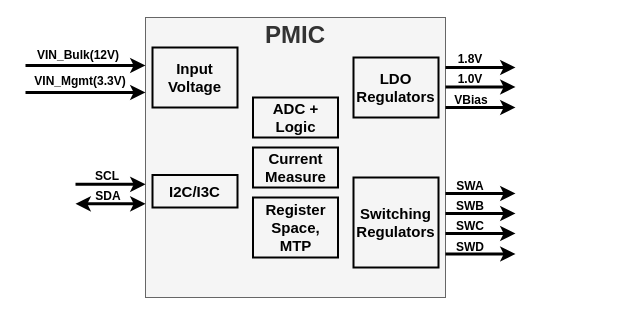
This is docs/images/dimm/pmic.drawio from shingaridavesh/memoryandarchitecture, a draw.io file, before an edit. Source tidied: cells renumbered, new cells numbered last; positions are measured from the earlier drawing's top-left corner, leaving out a move shared by most shapes. Both pictures are drawn from the tidied source at 100%, with x=0, y=0 at pixel (25, 17).
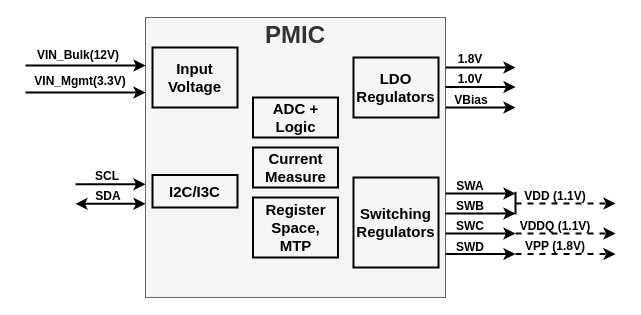
Above is the later version.

Change to the diagram source:
```diff
@@
-    <mxCell id="5" style="endArrow=classic;html=1;rounded=0;strokeWidth=3;" parent="1" edge="1">
+    <mxCell id="5" style="endArrow=classic;html=1;rounded=0;strokeWidth=2;" parent="1" edge="1">
       <mxGeometry relative="1" as="geometry">
         <mxPoint x="420" y="50" as="sourcePoint" />
         <mxPoint x="490" y="50" as="targetPoint" />
       </mxGeometry>
     </mxCell>
-    <mxCell id="6" style="endArrow=classic;html=1;rounded=0;strokeWidth=3;" parent="1" edge="1">
+    <mxCell id="6" style="endArrow=classic;html=1;rounded=0;strokeWidth=2;" parent="1" edge="1">
       <mxGeometry relative="1" as="geometry">
         <mxPoint x="420" y="69.5" as="sourcePoint" />
         <mxPoint x="490" y="69.5" as="targetPoint" />
       </mxGeometry>
     </mxCell>
-    <mxCell id="7" style="endArrow=classic;html=1;rounded=0;strokeWidth=3;" parent="1" edge="1">
+    <mxCell id="7" style="endArrow=classic;html=1;rounded=0;strokeWidth=2;" parent="1" edge="1">
       <mxGeometry relative="1" as="geometry">
         <mxPoint x="420" y="90" as="sourcePoint" />
         <mxPoint x="490" y="90" as="targetPoint" />
       </mxGeometry>
     </mxCell>
-    <mxCell id="8" style="endArrow=classic;html=1;rounded=0;strokeWidth=3;" parent="1" edge="1">
+    <mxCell id="8" style="endArrow=classic;html=1;rounded=0;strokeWidth=2;" parent="1" edge="1">
       <mxGeometry relative="1" as="geometry">
         <mxPoint x="420" y="176" as="sourcePoint" />
         <mxPoint x="490" y="176" as="targetPoint" />
       </mxGeometry>
     </mxCell>
-    <mxCell id="9" style="endArrow=classic;html=1;rounded=0;strokeWidth=3;" parent="1" edge="1">
+    <mxCell id="9" style="endArrow=classic;html=1;rounded=0;strokeWidth=2;" parent="1" edge="1">
       <mxGeometry relative="1" as="geometry">
         <mxPoint x="420" y="196" as="sourcePoint" />
         <mxPoint x="490" y="196" as="targetPoint" />
       </mxGeometry>
     </mxCell>
-    <mxCell id="10" style="endArrow=classic;html=1;rounded=0;strokeWidth=3;" parent="1" edge="1">
+    <mxCell id="10" style="endArrow=classic;html=1;rounded=0;strokeWidth=2;" parent="1" edge="1">
       <mxGeometry relative="1" as="geometry">
         <mxPoint x="420" y="236.5" as="sourcePoint" />
         <mxPoint x="490" y="236.5" as="targetPoint" />
       </mxGeometry>
     </mxCell>
-    <mxCell id="11" style="endArrow=classic;html=1;rounded=0;strokeWidth=3;" parent="1" edge="1">
+    <mxCell id="11" style="endArrow=classic;html=1;rounded=0;strokeWidth=2;" parent="1" edge="1">
       <mxGeometry relative="1" as="geometry">
         <mxPoint x="420" y="216" as="sourcePoint" />
         <mxPoint x="490" y="216" as="targetPoint" />
       </mxGeometry>
     </mxCell>
-    <mxCell id="12" value="&lt;b&gt;SWA&lt;/b&gt;" style="text;html=1;align=center;verticalAlign=middle;whiteSpace=wrap;rounded=0;" parent="1" vertex="1">
+    <mxCell id="12" value="&lt;b&gt;SWA&lt;/b&gt;" style="text;html=1;align=center;verticalAlign=middle;whiteSpace=wrap;rounded=0;strokeWidth=2;" parent="1" vertex="1">
       <mxGeometry x="420" y="160" width="50" height="17.5" as="geometry" />
     </mxCell>
-    <mxCell id="13" value="&lt;b&gt;SWB&lt;/b&gt;" style="text;html=1;align=center;verticalAlign=middle;whiteSpace=wrap;rounded=0;" parent="1" vertex="1">
+    <mxCell id="13" value="&lt;b&gt;SWB&lt;/b&gt;" style="text;html=1;align=center;verticalAlign=middle;whiteSpace=wrap;rounded=0;strokeWidth=2;" parent="1" vertex="1">
       <mxGeometry x="420" y="180.5" width="50" height="17.5" as="geometry" />
     </mxCell>
-    <mxCell id="14" value="&lt;b&gt;SWC&lt;/b&gt;" style="text;html=1;align=center;verticalAlign=middle;whiteSpace=wrap;rounded=0;" parent="1" vertex="1">
+    <mxCell id="14" value="&lt;b&gt;SWC&lt;/b&gt;" style="text;html=1;align=center;verticalAlign=middle;whiteSpace=wrap;rounded=0;strokeWidth=2;" parent="1" vertex="1">
       <mxGeometry x="420" y="200" width="50" height="17.5" as="geometry" />
     </mxCell>
-    <mxCell id="15" value="&lt;b&gt;SWD&lt;/b&gt;" style="text;html=1;align=center;verticalAlign=middle;whiteSpace=wrap;rounded=0;" parent="1" vertex="1">
+    <mxCell id="15" value="&lt;b&gt;SWD&lt;/b&gt;" style="text;html=1;align=center;verticalAlign=middle;whiteSpace=wrap;rounded=0;strokeWidth=2;" parent="1" vertex="1">
       <mxGeometry x="420" y="220" width="50" height="19" as="geometry" />
     </mxCell>
-    <mxCell id="16" value="&lt;b&gt;1.8V&lt;/b&gt;" style="text;html=1;align=center;verticalAlign=middle;whiteSpace=wrap;rounded=0;" parent="1" vertex="1">
+    <mxCell id="16" value="&lt;b&gt;1.8V&lt;/b&gt;" style="text;html=1;align=center;verticalAlign=middle;whiteSpace=wrap;rounded=0;strokeWidth=2;" parent="1" vertex="1">
       <mxGeometry x="420" y="33" width="50" height="17.5" as="geometry" />
     </mxCell>
-    <mxCell id="17" value="&lt;b&gt;1.0V&lt;/b&gt;" style="text;html=1;align=center;verticalAlign=middle;whiteSpace=wrap;rounded=0;" parent="1" vertex="1">
+    <mxCell id="17" value="&lt;b&gt;1.0V&lt;/b&gt;" style="text;html=1;align=center;verticalAlign=middle;whiteSpace=wrap;rounded=0;strokeWidth=2;" parent="1" vertex="1">
       <mxGeometry x="420" y="53.5" width="50" height="17.5" as="geometry" />
     </mxCell>
-    <mxCell id="18" value="&lt;b&gt;VBias&lt;/b&gt;" style="text;html=1;align=center;verticalAlign=middle;whiteSpace=wrap;rounded=0;" parent="1" vertex="1">
+    <mxCell id="18" value="&lt;b&gt;VBias&lt;/b&gt;" style="text;html=1;align=center;verticalAlign=middle;whiteSpace=wrap;rounded=0;strokeWidth=2;" parent="1" vertex="1">
       <mxGeometry x="421" y="74.5" width="50" height="17.5" as="geometry" />
     </mxCell>
@@
-    <mxCell id="20" style="endArrow=classic;html=1;rounded=0;strokeWidth=3;" parent="1" edge="1">
+    <mxCell id="20" style="endArrow=classic;html=1;rounded=0;strokeWidth=2;" parent="1" edge="1">
       <mxGeometry relative="1" as="geometry">
         <mxPoint y="48" as="sourcePoint" />
         <mxPoint x="120" y="48" as="targetPoint" />
       </mxGeometry>
     </mxCell>
-    <mxCell id="21" value="&lt;b&gt;VIN_Bulk(12V)&lt;/b&gt;" style="text;html=1;align=center;verticalAlign=middle;whiteSpace=wrap;rounded=0;" parent="1" vertex="1">
+    <mxCell id="21" value="&lt;b&gt;VIN_Bulk(12V)&lt;/b&gt;" style="text;html=1;align=center;verticalAlign=middle;whiteSpace=wrap;rounded=0;strokeWidth=2;" parent="1" vertex="1">
       <mxGeometry x="28" y="29" width="50" height="17.5" as="geometry" />
     </mxCell>
-    <mxCell id="22" value="&lt;b&gt;VIN_Mgmt(3.3V)&lt;/b&gt;" style="text;html=1;align=center;verticalAlign=middle;whiteSpace=wrap;rounded=0;" parent="1" vertex="1">
+    <mxCell id="22" value="&lt;b&gt;VIN_Mgmt(3.3V)&lt;/b&gt;" style="text;html=1;align=center;verticalAlign=middle;whiteSpace=wrap;rounded=0;strokeWidth=2;" parent="1" vertex="1">
       <mxGeometry x="30" y="55.2" width="50" height="17.5" as="geometry" />
     </mxCell>
-    <mxCell id="23" style="endArrow=classic;html=1;rounded=0;strokeWidth=3;" parent="1" edge="1">
+    <mxCell id="23" style="endArrow=classic;html=1;rounded=0;strokeWidth=2;" parent="1" edge="1">
       <mxGeometry relative="1" as="geometry">
         <mxPoint y="75" as="sourcePoint" />
         <mxPoint x="120" y="75" as="targetPoint" />
       </mxGeometry>
     </mxCell>
@@
-    <mxCell id="28" style="endArrow=classic;html=1;rounded=0;strokeWidth=3;" parent="1" edge="1">
+    <mxCell id="28" style="endArrow=classic;html=1;rounded=0;strokeWidth=2;" parent="1" edge="1">
       <mxGeometry relative="1" as="geometry">
         <mxPoint x="50" y="166.8" as="sourcePoint" />
         <mxPoint x="120" y="166.8" as="targetPoint" />
       </mxGeometry>
     </mxCell>
-    <mxCell id="29" style="endArrow=classic;html=1;rounded=0;strokeWidth=3;startArrow=classic;startFill=1;" parent="1" edge="1">
+    <mxCell id="29" style="endArrow=classic;html=1;rounded=0;strokeWidth=2;startArrow=classic;startFill=1;" parent="1" edge="1">
       <mxGeometry relative="1" as="geometry">
         <mxPoint x="50" y="186.3" as="sourcePoint" />
         <mxPoint x="120" y="186.3" as="targetPoint" />
       </mxGeometry>
     </mxCell>
-    <mxCell id="30" value="&lt;b&gt;SCL&lt;/b&gt;" style="text;html=1;align=center;verticalAlign=middle;whiteSpace=wrap;rounded=0;" parent="1" vertex="1">
+    <mxCell id="30" value="&lt;b&gt;SCL&lt;/b&gt;" style="text;html=1;align=center;verticalAlign=middle;whiteSpace=wrap;rounded=0;strokeWidth=2;" parent="1" vertex="1">
       <mxGeometry x="57" y="149.8" width="50" height="17.5" as="geometry" />
     </mxCell>
-    <mxCell id="31" value="&lt;b&gt;SDA&lt;/b&gt;" style="text;html=1;align=center;verticalAlign=middle;whiteSpace=wrap;rounded=0;" parent="1" vertex="1">
+    <mxCell id="31" value="&lt;b&gt;SDA&lt;/b&gt;" style="text;html=1;align=center;verticalAlign=middle;whiteSpace=wrap;rounded=0;strokeWidth=2;" parent="1" vertex="1">
       <mxGeometry x="58" y="170.2" width="50" height="17.5" as="geometry" />
     </mxCell>
+    <mxCell id="32" style="endArrow=classic;html=1;rounded=0;strokeWidth=2;dashed=1;" parent="1" edge="1">
+      <mxGeometry relative="1" as="geometry">
+        <mxPoint x="490" y="216" as="sourcePoint" />
+        <mxPoint x="590" y="216" as="targetPoint" />
+      </mxGeometry>
+    </mxCell>
+    <mxCell id="33" value="&lt;b&gt;VDDQ (1.1V)&lt;/b&gt;" style="text;html=1;align=center;verticalAlign=middle;whiteSpace=wrap;rounded=0;strokeWidth=2;" parent="1" vertex="1">
+      <mxGeometry x="490" y="200" width="80" height="17.5" as="geometry" />
+    </mxCell>
+    <mxCell id="34" style="endArrow=classic;html=1;rounded=0;strokeWidth=2;dashed=1;" parent="1" edge="1">
+      <mxGeometry relative="1" as="geometry">
+        <mxPoint x="490" y="236.5" as="sourcePoint" />
+        <mxPoint x="590" y="236.5" as="targetPoint" />
+      </mxGeometry>
+    </mxCell>
+    <mxCell id="35" value="&lt;b&gt;VPP (1.8V)&lt;/b&gt;" style="text;html=1;align=center;verticalAlign=middle;whiteSpace=wrap;rounded=0;strokeWidth=2;" parent="1" vertex="1">
+      <mxGeometry x="490" y="220.5" width="80" height="17.5" as="geometry" />
+    </mxCell>
+    <mxCell id="36" style="endArrow=classic;html=1;rounded=0;strokeWidth=2;dashed=1;" parent="1" edge="1">
+      <mxGeometry relative="1" as="geometry">
+        <mxPoint x="490" y="186" as="sourcePoint" />
+        <mxPoint x="590" y="186" as="targetPoint" />
+      </mxGeometry>
+    </mxCell>
+    <mxCell id="37" value="&lt;b&gt;VDD (1.1V)&lt;/b&gt;" style="text;html=1;align=center;verticalAlign=middle;whiteSpace=wrap;rounded=0;strokeWidth=2;" parent="1" vertex="1">
+      <mxGeometry x="490" y="170" width="80" height="17.5" as="geometry" />
+    </mxCell>
+    <mxCell id="38" style="endArrow=none;html=1;rounded=0;entryX=-0.007;entryY=0.338;entryDx=0;entryDy=0;entryPerimeter=0;strokeWidth=2;" parent="1" edge="1">
+      <mxGeometry relative="1" as="geometry">
+        <mxPoint x="490" y="197" as="sourcePoint" />
+        <mxPoint x="490" y="174.3" as="targetPoint" />
+      </mxGeometry>
+    </mxCell>
```
